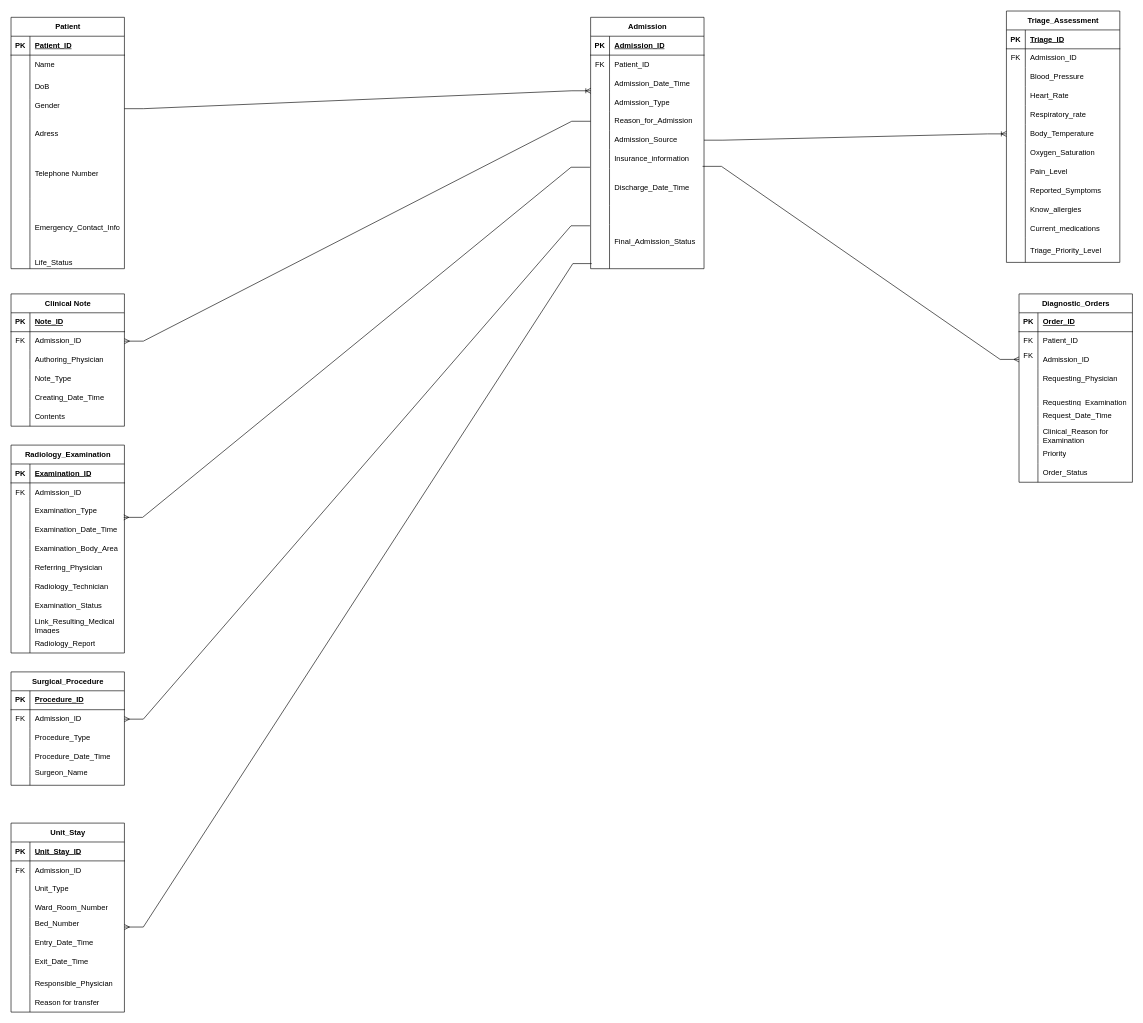
Before: page "Page-1" (1 of 2) of project.drawio in fmvemba22/SOEN363, a draw.io diagram. Source tidied: cells renumbered, new cells numbered last; positions are measured from the earlier drawing's top-left corner, leaving out a move shared by most shapes. Both pictures are drawn from the tidied source at 63%, with x=0, y=0 at pixel (11, 11).
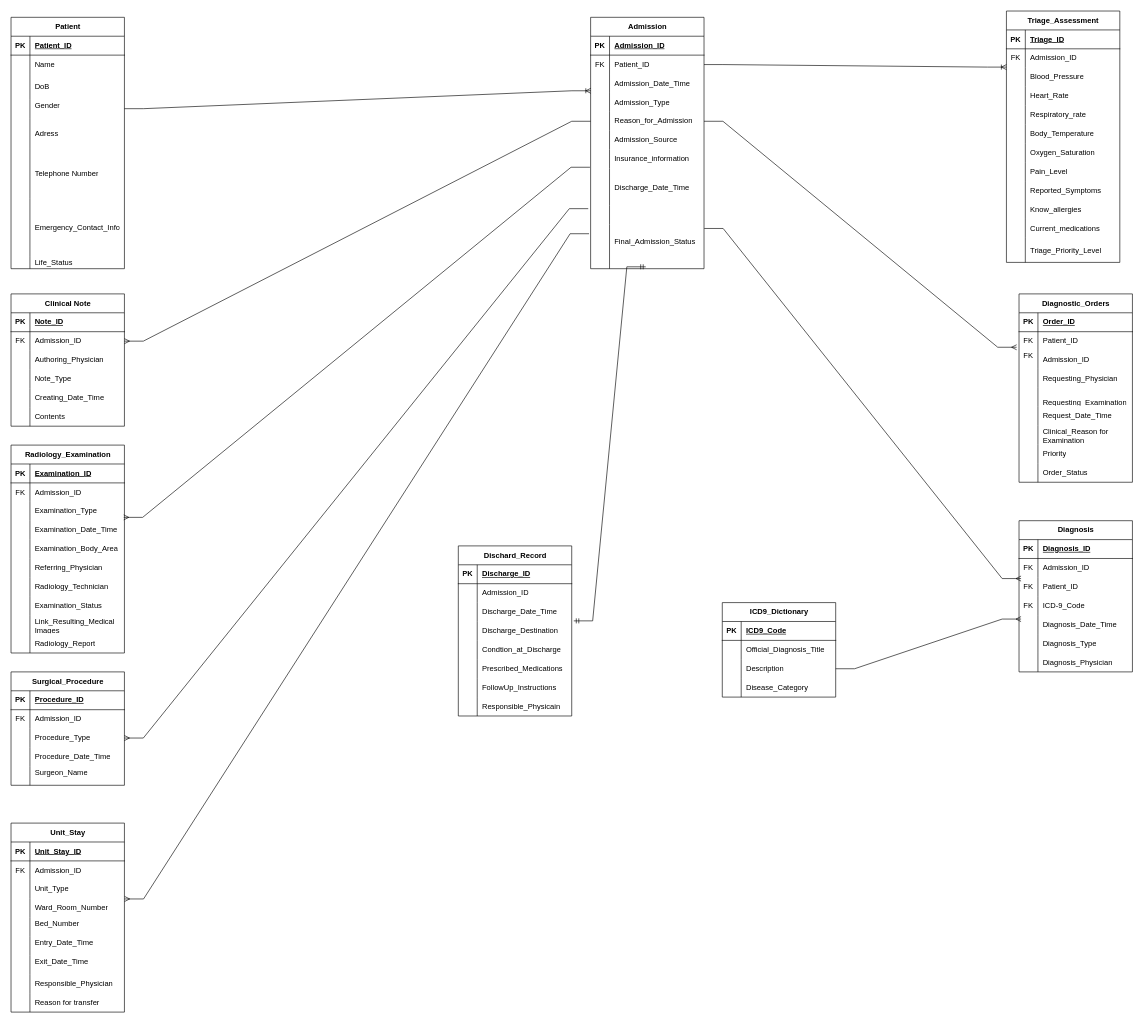
Above is the later version.

Unchanged cells that the change refers to:
```xml
<mxCell id="32" style="shape=tableRow;horizontal=0;startSize=0;swimlaneHead=0;swimlaneBody=0;fillColor=none;points=[[0,0.5],[1,0.5]];portConstraint=eastwest;top=0;left=0;right=0;bottom=0;" parent="28" vertex="1">
  <mxGeometry y="60" width="180" height="30" as="geometry" />
</mxCell>
<mxCell id="41" style="shape=tableRow;horizontal=0;startSize=0;swimlaneHead=0;swimlaneBody=0;fillColor=none;points=[[0,0.5],[1,0.5]];portConstraint=eastwest;top=0;left=0;right=0;bottom=0;" parent="28" vertex="1">
  <mxGeometry y="150" width="180" height="30" as="geometry" />
</mxCell>
<mxCell id="44" style="shape=tableRow;horizontal=0;startSize=0;swimlaneHead=0;swimlaneBody=0;fillColor=none;points=[[0,0.5],[1,0.5]];portConstraint=eastwest;top=0;left=0;right=0;bottom=0;" parent="28" vertex="1">
  <mxGeometry y="180" width="180" height="30" as="geometry" />
</mxCell>
<mxCell id="50" style="shape=tableRow;horizontal=0;startSize=0;swimlaneHead=0;swimlaneBody=0;fillColor=none;points=[[0,0.5],[1,0.5]];portConstraint=eastwest;top=0;left=0;right=0;bottom=0;" parent="28" vertex="1">
  <mxGeometry y="240" width="180" height="59" as="geometry" />
</mxCell>
<mxCell id="53" style="shape=tableRow;horizontal=0;startSize=0;swimlaneHead=0;swimlaneBody=0;fillColor=none;points=[[0,0.5],[1,0.5]];portConstraint=eastwest;top=0;left=0;right=0;bottom=0;" parent="28" vertex="1">
  <mxGeometry y="299" width="180" height="30" as="geometry" />
</mxCell>
<mxCell id="56" style="shape=tableRow;horizontal=0;startSize=0;swimlaneHead=0;swimlaneBody=0;fillColor=none;points=[[0,0.5],[1,0.5]];portConstraint=eastwest;top=0;left=0;right=0;bottom=0;" parent="28" vertex="1">
  <mxGeometry y="329" width="180" height="70" as="geometry" />
</mxCell>
<mxCell id="75" style="shape=tableRow;horizontal=0;startSize=0;swimlaneHead=0;swimlaneBody=0;fillColor=none;points=[[0,0.5],[1,0.5]];portConstraint=eastwest;top=0;left=0;right=0;bottom=0;" parent="59" vertex="1">
  <mxGeometry y="180" width="180" height="30" as="geometry" />
</mxCell>
<mxCell id="123" style="shape=tableRow;horizontal=0;startSize=0;swimlaneHead=0;swimlaneBody=0;fillColor=none;points=[[0,0.5],[1,0.5]];portConstraint=eastwest;top=0;left=0;right=0;bottom=0;" parent="116" vertex="1">
  <mxGeometry y="89" width="180" height="30" as="geometry" />
</mxCell>
<mxCell id="181" style="shape=tableRow;horizontal=0;startSize=0;swimlaneHead=0;swimlaneBody=0;fillColor=none;points=[[0,0.5],[1,0.5]];portConstraint=eastwest;top=0;left=0;right=0;bottom=0;" parent="177" vertex="1">
  <mxGeometry y="60" width="180" height="30" as="geometry" />
</mxCell>
<mxCell id="184" style="shape=tableRow;horizontal=0;startSize=0;swimlaneHead=0;swimlaneBody=0;fillColor=none;points=[[0,0.5],[1,0.5]];portConstraint=eastwest;top=0;left=0;right=0;bottom=0;" parent="177" vertex="1">
  <mxGeometry y="90" width="180" height="30" as="geometry" />
</mxCell>
<mxCell id="205" style="shape=tableRow;horizontal=0;startSize=0;swimlaneHead=0;swimlaneBody=0;fillColor=none;points=[[0,0.5],[1,0.5]];portConstraint=eastwest;top=0;left=0;right=0;bottom=0;" parent="195" vertex="1">
  <mxGeometry y="120" width="180" height="30" as="geometry" />
</mxCell>
<mxCell id="208" style="shape=tableRow;horizontal=0;startSize=0;swimlaneHead=0;swimlaneBody=0;fillColor=none;points=[[0,0.5],[1,0.5]];portConstraint=eastwest;top=0;left=0;right=0;bottom=0;" parent="195" vertex="1">
  <mxGeometry y="150" width="180" height="30" as="geometry" />
</mxCell>
```

Diff of the diagram source:
```diff
@@
-    <mxCell id="96" style="edgeStyle=entityRelationEdgeStyle;fontSize=12;html=1;endArrow=ERoneToMany;rounded=0;fontFamily=Helvetica;fontColor=default;entryX=0;entryY=0.5;entryDx=0;entryDy=0;exitX=1;exitY=0.5;exitDx=0;exitDy=0;" parent="1" edge="1" source="44" target="75">
-      <mxGeometry relative="1" as="geometry" />
+    <mxCell id="96" style="edgeStyle=entityRelationEdgeStyle;fontSize=12;html=1;endArrow=ERoneToMany;rounded=0;fontFamily=Helvetica;fontColor=default;entryX=0;entryY=0.5;entryDx=0;entryDy=0;exitX=1;exitY=0.5;exitDx=0;exitDy=0;" parent="1" edge="1" source="32">
+      <mxGeometry relative="1" as="geometry">
+        <mxPoint x="1580" y="89" as="targetPoint" />
+      </mxGeometry>
     </mxCell>
@@
-    <mxCell id="144" style="edgeStyle=entityRelationEdgeStyle;fontSize=12;html=1;endArrow=ERmany;rounded=0;fontFamily=Helvetica;fontColor=default;entryX=0;entryY=0.5;entryDx=0;entryDy=0;exitX=0.987;exitY=-0.058;exitDx=0;exitDy=0;exitPerimeter=0;" parent="1" edge="1" source="50" target="123">
-      <mxGeometry relative="1" as="geometry" />
-    </mxCell>
@@
-    <mxCell id="193" style="edgeStyle=entityRelationEdgeStyle;fontSize=12;html=1;endArrow=ERmany;rounded=0;fontFamily=Helvetica;fontColor=default;entryX=1;entryY=0.5;entryDx=0;entryDy=0;exitX=-0.006;exitY=0.027;exitDx=0;exitDy=0;exitPerimeter=0;" parent="1" edge="1" source="56" target="181">
-      <mxGeometry relative="1" as="geometry" />
-    </mxCell>
@@
-    <mxCell id="223" style="edgeStyle=entityRelationEdgeStyle;fontSize=12;html=1;endArrow=ERmany;rounded=0;fontFamily=Helvetica;fontColor=default;entryX=1;entryY=0.5;entryDx=0;entryDy=0;exitX=0.01;exitY=0.884;exitDx=0;exitDy=0;exitPerimeter=0;" parent="1" edge="1" source="56" target="208">
-      <mxGeometry relative="1" as="geometry" />
-    </mxCell>
+    <mxCell id="224" value="Diagnosis" style="shape=table;startSize=30;childLayout=tableLayout;rowLines=0;fontStyle=1;align=center;html=1;" parent="1" vertex="1">
+      <mxGeometry x="1600" y="809" width="180" height="240" as="geometry" />
+    </mxCell>
+    <mxCell id="225" style="shape=tableRow;horizontal=0;startSize=0;swimlaneHead=0;swimlaneBody=0;fillColor=none;top=0;left=0;right=0;bottom=1;" parent="224" vertex="1">
+      <mxGeometry y="30" width="180" height="30" as="geometry" />
+    </mxCell>
+    <mxCell id="226" value="PK" style="shape=partialRectangle;fillColor=none;top=0;left=0;bottom=0;right=0;fontStyle=1;overflow=hidden;whiteSpace=wrap;html=1;" parent="225" vertex="1">
+      <mxGeometry width="30" height="30" as="geometry" />
+    </mxCell>
+    <mxCell id="227" value="Diagnosis_ID" style="shape=partialRectangle;fillColor=none;top=0;left=0;bottom=0;right=0;align=left;spacingLeft=6;fontStyle=5;overflow=hidden;whiteSpace=wrap;html=1;" parent="225" vertex="1">
+      <mxGeometry x="30" width="150" height="30" as="geometry" />
+    </mxCell>
+    <mxCell id="228" style="shape=tableRow;horizontal=0;startSize=0;swimlaneHead=0;swimlaneBody=0;fillColor=none;points=[[0,0.5],[1,0.5]];portConstraint=eastwest;top=0;left=0;right=0;bottom=0;" parent="224" vertex="1">
+      <mxGeometry y="60" width="180" height="30" as="geometry" />
+    </mxCell>
+    <mxCell id="229" value="FK" style="shape=partialRectangle;fillColor=none;top=0;left=0;bottom=0;right=0;overflow=hidden;whiteSpace=wrap;html=1;" parent="228" vertex="1">
+      <mxGeometry width="30" height="30" as="geometry" />
+    </mxCell>
+    <mxCell id="230" value="Admission_ID" style="shape=partialRectangle;fillColor=none;top=0;left=0;bottom=0;right=0;align=left;spacingLeft=6;overflow=hidden;whiteSpace=wrap;html=1;" parent="228" vertex="1">
+      <mxGeometry x="30" width="150" height="30" as="geometry" />
+    </mxCell>
+    <mxCell id="231" style="shape=tableRow;horizontal=0;startSize=0;swimlaneHead=0;swimlaneBody=0;fillColor=none;top=0;left=0;right=0;bottom=0;" parent="224" vertex="1">
+      <mxGeometry y="90" width="180" height="30" as="geometry" />
+    </mxCell>
+    <mxCell id="232" value="FK" style="shape=partialRectangle;fillColor=none;top=0;left=0;bottom=0;right=0;overflow=hidden;whiteSpace=wrap;html=1;" parent="231" vertex="1">
+      <mxGeometry width="30" height="30" as="geometry" />
+    </mxCell>
+    <mxCell id="233" value="Patient_ID" style="shape=partialRectangle;fillColor=none;top=0;left=0;bottom=0;right=0;align=left;spacingLeft=6;overflow=hidden;whiteSpace=wrap;html=1;" parent="231" vertex="1">
+      <mxGeometry x="30" width="150" height="30" as="geometry" />
+    </mxCell>
+    <mxCell id="234" style="shape=tableRow;horizontal=0;startSize=0;swimlaneHead=0;swimlaneBody=0;fillColor=none;top=0;left=0;right=0;bottom=0;" parent="224" vertex="1">
+      <mxGeometry y="120" width="180" height="30" as="geometry" />
+    </mxCell>
+    <mxCell id="235" value="FK" style="shape=partialRectangle;fillColor=none;top=0;left=0;bottom=0;right=0;overflow=hidden;whiteSpace=wrap;html=1;" parent="234" vertex="1">
+      <mxGeometry width="30" height="30" as="geometry" />
+    </mxCell>
+    <mxCell id="236" value="ICD-9_Code" style="shape=partialRectangle;fillColor=none;top=0;left=0;bottom=0;right=0;align=left;spacingLeft=6;overflow=hidden;whiteSpace=wrap;html=1;" parent="234" vertex="1">
+      <mxGeometry x="30" width="150" height="30" as="geometry" />
+    </mxCell>
+    <mxCell id="237" style="shape=tableRow;horizontal=0;startSize=0;swimlaneHead=0;swimlaneBody=0;fillColor=none;points=[[0,0.5],[1,0.5]];portConstraint=eastwest;top=0;left=0;right=0;bottom=0;" parent="224" vertex="1">
+      <mxGeometry y="150" width="180" height="30" as="geometry" />
+    </mxCell>
+    <mxCell id="238" style="shape=partialRectangle;fillColor=none;top=0;left=0;bottom=0;right=0;overflow=hidden;whiteSpace=wrap;html=1;" parent="237" vertex="1">
+      <mxGeometry width="30" height="30" as="geometry" />
+    </mxCell>
+    <mxCell id="239" value="Diagnosis_Date_Time" style="shape=partialRectangle;fillColor=none;top=0;left=0;bottom=0;right=0;align=left;spacingLeft=6;overflow=hidden;whiteSpace=wrap;html=1;" parent="237" vertex="1">
+      <mxGeometry x="30" width="150" height="30" as="geometry" />
+    </mxCell>
+    <mxCell id="240" style="shape=tableRow;horizontal=0;startSize=0;swimlaneHead=0;swimlaneBody=0;fillColor=none;top=0;left=0;right=0;bottom=0;" parent="224" vertex="1">
+      <mxGeometry y="180" width="180" height="30" as="geometry" />
+    </mxCell>
+    <mxCell id="241" style="shape=partialRectangle;fillColor=none;top=0;left=0;bottom=0;right=0;overflow=hidden;whiteSpace=wrap;html=1;" parent="240" vertex="1">
+      <mxGeometry width="30" height="30" as="geometry" />
+    </mxCell>
+    <mxCell id="242" value="Diagnosis_Type" style="shape=partialRectangle;fillColor=none;top=0;left=0;bottom=0;right=0;align=left;spacingLeft=6;overflow=hidden;whiteSpace=wrap;html=1;" parent="240" vertex="1">
+      <mxGeometry x="30" width="150" height="30" as="geometry" />
+    </mxCell>
+    <mxCell id="243" style="shape=tableRow;horizontal=0;startSize=0;swimlaneHead=0;swimlaneBody=0;fillColor=none;top=0;left=0;right=0;bottom=0;" parent="224" vertex="1">
+      <mxGeometry y="210" width="180" height="30" as="geometry" />
+    </mxCell>
+    <mxCell id="244" style="shape=partialRectangle;fillColor=none;top=0;left=0;bottom=0;right=0;overflow=hidden;whiteSpace=wrap;html=1;" parent="243" vertex="1">
+      <mxGeometry width="30" height="30" as="geometry" />
+    </mxCell>
+    <mxCell id="245" value="Diagnosis_Physician" style="shape=partialRectangle;fillColor=none;top=0;left=0;bottom=0;right=0;align=left;spacingLeft=6;overflow=hidden;whiteSpace=wrap;html=1;" parent="243" vertex="1">
+      <mxGeometry x="30" width="150" height="30" as="geometry" />
+    </mxCell>
+    <mxCell id="246" value="ICD9_Dictionary" style="shape=table;startSize=30;childLayout=tableLayout;rowLines=0;fontStyle=1;align=center;html=1;" parent="1" vertex="1">
+      <mxGeometry x="1129" y="939" width="180" height="150" as="geometry" />
+    </mxCell>
+    <mxCell id="247" style="shape=tableRow;horizontal=0;startSize=0;swimlaneHead=0;swimlaneBody=0;fillColor=none;top=0;left=0;right=0;bottom=1;" parent="246" vertex="1">
+      <mxGeometry y="30" width="180" height="30" as="geometry" />
+    </mxCell>
+    <mxCell id="248" value="PK" style="shape=partialRectangle;fillColor=none;top=0;left=0;bottom=0;right=0;fontStyle=1;overflow=hidden;whiteSpace=wrap;html=1;" parent="247" vertex="1">
+      <mxGeometry width="30" height="30" as="geometry" />
+    </mxCell>
+    <mxCell id="249" value="ICD9_Code" style="shape=partialRectangle;fillColor=none;top=0;left=0;bottom=0;right=0;align=left;spacingLeft=6;fontStyle=5;overflow=hidden;whiteSpace=wrap;html=1;" parent="247" vertex="1">
+      <mxGeometry x="30" width="150" height="30" as="geometry" />
+    </mxCell>
+    <mxCell id="250" style="shape=tableRow;horizontal=0;startSize=0;swimlaneHead=0;swimlaneBody=0;fillColor=none;top=0;left=0;right=0;bottom=0;" parent="246" vertex="1">
+      <mxGeometry y="60" width="180" height="30" as="geometry" />
+    </mxCell>
+    <mxCell id="251" style="shape=partialRectangle;fillColor=none;top=0;left=0;bottom=0;right=0;overflow=hidden;whiteSpace=wrap;html=1;" parent="250" vertex="1">
+      <mxGeometry width="30" height="30" as="geometry" />
+    </mxCell>
+    <mxCell id="252" value="Official_Diagnosis_Title" style="shape=partialRectangle;fillColor=none;top=0;left=0;bottom=0;right=0;align=left;spacingLeft=6;overflow=hidden;whiteSpace=wrap;html=1;" parent="250" vertex="1">
+      <mxGeometry x="30" width="150" height="30" as="geometry" />
+    </mxCell>
+    <mxCell id="253" style="shape=tableRow;horizontal=0;startSize=0;swimlaneHead=0;swimlaneBody=0;fillColor=none;points=[[0,0.5],[1,0.5]];portConstraint=eastwest;top=0;left=0;right=0;bottom=0;" parent="246" vertex="1">
+      <mxGeometry y="90" width="180" height="30" as="geometry" />
+    </mxCell>
+    <mxCell id="254" style="shape=partialRectangle;fillColor=none;top=0;left=0;bottom=0;right=0;overflow=hidden;whiteSpace=wrap;html=1;" parent="253" vertex="1">
+      <mxGeometry width="30" height="30" as="geometry" />
+    </mxCell>
+    <mxCell id="255" value="Description" style="shape=partialRectangle;fillColor=none;top=0;left=0;bottom=0;right=0;align=left;spacingLeft=6;overflow=hidden;whiteSpace=wrap;html=1;" parent="253" vertex="1">
+      <mxGeometry x="30" width="150" height="30" as="geometry" />
+    </mxCell>
+    <mxCell id="256" style="shape=tableRow;horizontal=0;startSize=0;swimlaneHead=0;swimlaneBody=0;fillColor=none;top=0;left=0;right=0;bottom=0;" parent="246" vertex="1">
+      <mxGeometry y="120" width="180" height="30" as="geometry" />
+    </mxCell>
+    <mxCell id="257" style="shape=partialRectangle;fillColor=none;top=0;left=0;bottom=0;right=0;overflow=hidden;whiteSpace=wrap;html=1;" parent="256" vertex="1">
+      <mxGeometry width="30" height="30" as="geometry" />
+    </mxCell>
+    <mxCell id="258" value="Disease_Category" style="shape=partialRectangle;fillColor=none;top=0;left=0;bottom=0;right=0;align=left;spacingLeft=6;overflow=hidden;whiteSpace=wrap;html=1;" parent="256" vertex="1">
+      <mxGeometry x="30" width="150" height="30" as="geometry" />
+    </mxCell>
+    <mxCell id="259" style="edgeStyle=entityRelationEdgeStyle;fontSize=12;html=1;endArrow=ERmany;rounded=0;fontFamily=Helvetica;fontColor=default;entryX=1;entryY=0.5;entryDx=0;entryDy=0;exitX=-0.021;exitY=0.157;exitDx=0;exitDy=0;exitPerimeter=0;" parent="1" edge="1" source="53" target="184">
+      <mxGeometry relative="1" as="geometry" />
+    </mxCell>
+    <mxCell id="260" style="edgeStyle=entityRelationEdgeStyle;fontSize=12;html=1;endArrow=ERmany;rounded=0;fontFamily=Helvetica;fontColor=default;entryX=-0.021;entryY=-0.143;entryDx=0;entryDy=0;entryPerimeter=0;exitX=1;exitY=0.5;exitDx=0;exitDy=0;" parent="1" edge="1" source="41" target="123">
+      <mxGeometry relative="1" as="geometry" />
+    </mxCell>
+    <mxCell id="261" style="edgeStyle=entityRelationEdgeStyle;fontSize=12;html=1;endArrow=ERmany;rounded=0;fontFamily=Helvetica;fontColor=default;exitX=1.002;exitY=0.088;exitDx=0;exitDy=0;exitPerimeter=0;entryX=0.018;entryY=1.062;entryDx=0;entryDy=0;entryPerimeter=0;" parent="1" edge="1" source="56" target="228">
+      <mxGeometry relative="1" as="geometry" />
+    </mxCell>
+    <mxCell id="262" style="edgeStyle=entityRelationEdgeStyle;fontSize=12;html=1;endArrow=ERmany;rounded=0;fontFamily=Helvetica;fontColor=default;exitX=1;exitY=0.5;exitDx=0;exitDy=0;entryX=0.018;entryY=0.205;entryDx=0;entryDy=0;entryPerimeter=0;" parent="1" edge="1" source="253" target="237">
+      <mxGeometry relative="1" as="geometry" />
+    </mxCell>
+    <mxCell id="263" value="Dischard_Record" style="shape=table;startSize=30;childLayout=tableLayout;rowLines=0;fontStyle=1;align=center;html=1;" parent="1" vertex="1">
+      <mxGeometry x="710" y="849" width="180" height="270" as="geometry" />
+    </mxCell>
+    <mxCell id="264" style="shape=tableRow;horizontal=0;startSize=0;swimlaneHead=0;swimlaneBody=0;fillColor=none;top=0;left=0;right=0;bottom=1;" parent="263" vertex="1">
+      <mxGeometry y="30" width="180" height="30" as="geometry" />
+    </mxCell>
+    <mxCell id="265" value="PK" style="shape=partialRectangle;fillColor=none;top=0;left=0;bottom=0;right=0;fontStyle=1;overflow=hidden;whiteSpace=wrap;html=1;" parent="264" vertex="1">
+      <mxGeometry width="30" height="30" as="geometry" />
+    </mxCell>
+    <mxCell id="266" value="Discharge_ID" style="shape=partialRectangle;fillColor=none;top=0;left=0;bottom=0;right=0;align=left;spacingLeft=6;fontStyle=5;overflow=hidden;whiteSpace=wrap;html=1;" parent="264" vertex="1">
+      <mxGeometry x="30" width="150" height="30" as="geometry" />
+    </mxCell>
+    <mxCell id="267" style="shape=tableRow;horizontal=0;startSize=0;swimlaneHead=0;swimlaneBody=0;fillColor=none;top=0;left=0;right=0;bottom=0;" parent="263" vertex="1">
+      <mxGeometry y="60" width="180" height="30" as="geometry" />
+    </mxCell>
+    <mxCell id="268" style="shape=partialRectangle;fillColor=none;top=0;left=0;bottom=0;right=0;overflow=hidden;whiteSpace=wrap;html=1;" parent="267" vertex="1">
+      <mxGeometry width="30" height="30" as="geometry" />
+    </mxCell>
+    <mxCell id="269" value="Admission_ID" style="shape=partialRectangle;fillColor=none;top=0;left=0;bottom=0;right=0;align=left;spacingLeft=6;overflow=hidden;whiteSpace=wrap;html=1;" parent="267" vertex="1">
+      <mxGeometry x="30" width="150" height="30" as="geometry" />
+    </mxCell>
+    <mxCell id="270" style="shape=tableRow;horizontal=0;startSize=0;swimlaneHead=0;swimlaneBody=0;fillColor=none;top=0;left=0;right=0;bottom=0;" parent="263" vertex="1">
+      <mxGeometry y="90" width="180" height="30" as="geometry" />
+    </mxCell>
+    <mxCell id="271" style="shape=partialRectangle;fillColor=none;top=0;left=0;bottom=0;right=0;overflow=hidden;whiteSpace=wrap;html=1;" parent="270" vertex="1">
+      <mxGeometry width="30" height="30" as="geometry" />
+    </mxCell>
+    <mxCell id="272" value="Discharge_Date_Time" style="shape=partialRectangle;fillColor=none;top=0;left=0;bottom=0;right=0;align=left;spacingLeft=6;overflow=hidden;whiteSpace=wrap;html=1;" parent="270" vertex="1">
+      <mxGeometry x="30" width="150" height="30" as="geometry" />
+    </mxCell>
+    <mxCell id="273" style="shape=tableRow;horizontal=0;startSize=0;swimlaneHead=0;swimlaneBody=0;fillColor=none;points=[[0,0.5],[1,0.5]];portConstraint=eastwest;top=0;left=0;right=0;bottom=0;" parent="263" vertex="1">
+      <mxGeometry y="120" width="180" height="30" as="geometry" />
+    </mxCell>
+    <mxCell id="274" style="shape=partialRectangle;fillColor=none;top=0;left=0;bottom=0;right=0;overflow=hidden;whiteSpace=wrap;html=1;" parent="273" vertex="1">
+      <mxGeometry width="30" height="30" as="geometry" />
+    </mxCell>
+    <mxCell id="275" value="Discharge_Destination" style="shape=partialRectangle;fillColor=none;top=0;left=0;bottom=0;right=0;align=left;spacingLeft=6;overflow=hidden;whiteSpace=wrap;html=1;" parent="273" vertex="1">
+      <mxGeometry x="30" width="150" height="30" as="geometry" />
+    </mxCell>
+    <mxCell id="276" style="shape=tableRow;horizontal=0;startSize=0;swimlaneHead=0;swimlaneBody=0;fillColor=none;top=0;left=0;right=0;bottom=0;" parent="263" vertex="1">
+      <mxGeometry y="150" width="180" height="30" as="geometry" />
+    </mxCell>
+    <mxCell id="277" style="shape=partialRectangle;fillColor=none;top=0;left=0;bottom=0;right=0;overflow=hidden;whiteSpace=wrap;html=1;" parent="276" vertex="1">
+      <mxGeometry width="30" height="30" as="geometry" />
+    </mxCell>
+    <mxCell id="278" value="Condtion_at_Discharge" style="shape=partialRectangle;fillColor=none;top=0;left=0;bottom=0;right=0;align=left;spacingLeft=6;overflow=hidden;whiteSpace=wrap;html=1;" parent="276" vertex="1">
+      <mxGeometry x="30" width="150" height="30" as="geometry" />
+    </mxCell>
+    <mxCell id="279" style="shape=tableRow;horizontal=0;startSize=0;swimlaneHead=0;swimlaneBody=0;fillColor=none;top=0;left=0;right=0;bottom=0;" parent="263" vertex="1">
+      <mxGeometry y="180" width="180" height="30" as="geometry" />
+    </mxCell>
+    <mxCell id="280" style="shape=partialRectangle;fillColor=none;top=0;left=0;bottom=0;right=0;overflow=hidden;whiteSpace=wrap;html=1;" parent="279" vertex="1">
+      <mxGeometry width="30" height="30" as="geometry" />
+    </mxCell>
+    <mxCell id="281" value="Prescribed_Medications" style="shape=partialRectangle;fillColor=none;top=0;left=0;bottom=0;right=0;align=left;spacingLeft=6;overflow=hidden;whiteSpace=wrap;html=1;" parent="279" vertex="1">
+      <mxGeometry x="30" width="150" height="30" as="geometry" />
+    </mxCell>
+    <mxCell id="282" style="shape=tableRow;horizontal=0;startSize=0;swimlaneHead=0;swimlaneBody=0;fillColor=none;top=0;left=0;right=0;bottom=0;" parent="263" vertex="1">
+      <mxGeometry y="210" width="180" height="30" as="geometry" />
+    </mxCell>
+    <mxCell id="283" style="shape=partialRectangle;fillColor=none;top=0;left=0;bottom=0;right=0;overflow=hidden;whiteSpace=wrap;html=1;" parent="282" vertex="1">
+      <mxGeometry width="30" height="30" as="geometry" />
+    </mxCell>
+    <mxCell id="284" value="FollowUp_Instructions" style="shape=partialRectangle;fillColor=none;top=0;left=0;bottom=0;right=0;align=left;spacingLeft=6;overflow=hidden;whiteSpace=wrap;html=1;" parent="282" vertex="1">
+      <mxGeometry x="30" width="150" height="30" as="geometry" />
+    </mxCell>
+    <mxCell id="285" style="shape=tableRow;horizontal=0;startSize=0;swimlaneHead=0;swimlaneBody=0;fillColor=none;top=0;left=0;right=0;bottom=0;" parent="263" vertex="1">
+      <mxGeometry y="240" width="180" height="30" as="geometry" />
+    </mxCell>
+    <mxCell id="286" style="shape=partialRectangle;fillColor=none;top=0;left=0;bottom=0;right=0;overflow=hidden;whiteSpace=wrap;html=1;" parent="285" vertex="1">
+      <mxGeometry width="30" height="30" as="geometry" />
+    </mxCell>
+    <mxCell id="287" value="Responsible_Physicain" style="shape=partialRectangle;fillColor=none;top=0;left=0;bottom=0;right=0;align=left;spacingLeft=6;overflow=hidden;whiteSpace=wrap;html=1;" parent="285" vertex="1">
+      <mxGeometry x="30" width="150" height="30" as="geometry" />
+    </mxCell>
+    <mxCell id="288" style="edgeStyle=entityRelationEdgeStyle;fontSize=12;html=1;endArrow=ERmandOne;startArrow=ERmandOne;rounded=0;fontFamily=Helvetica;fontColor=default;exitX=1.018;exitY=-0.033;exitDx=0;exitDy=0;exitPerimeter=0;entryX=0.486;entryY=0.957;entryDx=0;entryDy=0;entryPerimeter=0;" parent="1" edge="1" source="273" target="56">
+      <mxGeometry relative="1" as="geometry" />
+    </mxCell>
+    <mxCell id="289" style="edgeStyle=entityRelationEdgeStyle;fontSize=12;html=1;endArrow=ERmany;rounded=0;fontFamily=Helvetica;fontColor=default;entryX=1.002;entryY=0.014;entryDx=0;entryDy=0;entryPerimeter=0;exitX=-0.014;exitY=0.207;exitDx=0;exitDy=0;exitPerimeter=0;" parent="1" edge="1" source="56" target="205">
+      <mxGeometry relative="1" as="geometry" />
+    </mxCell>
```
